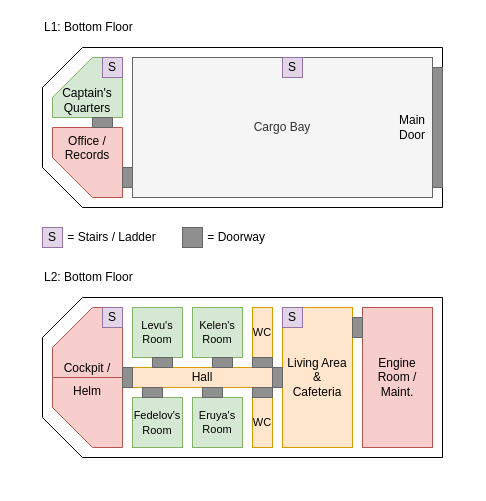
Earlier version of the draw.io diagram DOCS/Ship_Layout.drawio (long-schlong-gang/codename_bonkhonagahoogs). Source tidied: cells renumbered, new cells numbered last; positions are measured from the earlier drawing's top-left corner, leaving out a move shared by most shapes. Both pictures are drawn from the tidied source at 100%, with x=0, y=0 at pixel (42, 17).
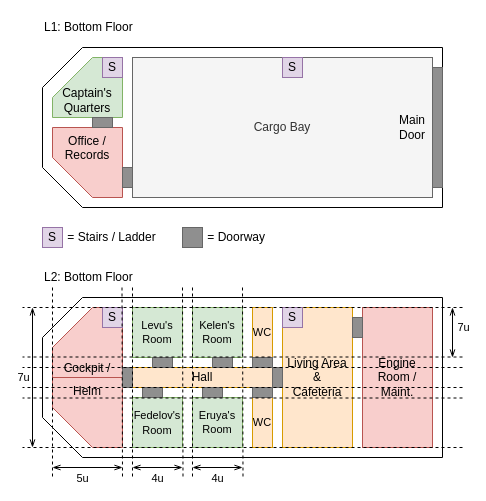
After the change.

Change to the diagram source:
```diff
@@
+    <mxCell id="41" style="endArrow=openThin;html=1;startArrow=openThin;startFill=0;endFill=0;" parent="1" edge="1">
+      <mxGeometry relative="1" as="geometry">
+        <mxPoint x="-10" y="430" as="sourcePoint" />
+        <mxPoint x="-10" y="290" as="targetPoint" />
+      </mxGeometry>
+    </mxCell>
+    <mxCell id="42" value="7u" style="edgeLabel;html=1;align=center;verticalAlign=middle;" parent="41" vertex="1">
+      <mxGeometry x="-0.12" relative="1" as="geometry">
+        <mxPoint x="-10" y="-8.3" as="offset" />
+      </mxGeometry>
+    </mxCell>
+    <mxCell id="43" style="endArrow=none;dashed=1;html=1;" parent="1" edge="1">
+      <mxGeometry relative="1" as="geometry">
+        <mxPoint x="420" y="290" as="sourcePoint" />
+        <mxPoint x="-20" y="290" as="targetPoint" />
+      </mxGeometry>
+    </mxCell>
+    <mxCell id="44" style="endArrow=openThin;html=1;startArrow=openThin;startFill=0;endFill=0;" parent="1" edge="1">
+      <mxGeometry relative="1" as="geometry">
+        <mxPoint x="410" y="340" as="sourcePoint" />
+        <mxPoint x="410" y="290" as="targetPoint" />
+      </mxGeometry>
+    </mxCell>
+    <mxCell id="45" value="7u" style="edgeLabel;html=1;align=center;verticalAlign=middle;" parent="44" vertex="1">
+      <mxGeometry x="-0.12" relative="1" as="geometry">
+        <mxPoint x="10" y="-8.1" as="offset" />
+      </mxGeometry>
+    </mxCell>
+    <mxCell id="46" style="endArrow=none;dashed=1;html=1;" parent="1" edge="1">
+      <mxGeometry relative="1" as="geometry">
+        <mxPoint x="420" y="430" as="sourcePoint" />
+        <mxPoint x="-20" y="430" as="targetPoint" />
+      </mxGeometry>
+    </mxCell>
+    <mxCell id="47" style="endArrow=openThin;html=1;startArrow=openThin;startFill=0;endFill=0;" parent="1" edge="1">
+      <mxGeometry relative="1" as="geometry">
+        <mxPoint x="80" y="450" as="sourcePoint" />
+        <mxPoint x="10" y="450" as="targetPoint" />
+      </mxGeometry>
+    </mxCell>
+    <mxCell id="48" value="5u" style="edgeLabel;html=1;align=center;verticalAlign=middle;" parent="47" vertex="1">
+      <mxGeometry x="-0.12" relative="1" as="geometry">
+        <mxPoint x="-10" y="10" as="offset" />
+      </mxGeometry>
+    </mxCell>
+    <mxCell id="49" style="endArrow=none;dashed=1;html=1;" parent="1" edge="1">
+      <mxGeometry relative="1" as="geometry">
+        <mxPoint x="10" y="270" as="sourcePoint" />
+        <mxPoint x="10" y="460" as="targetPoint" />
+      </mxGeometry>
+    </mxCell>
+    <mxCell id="50" style="endArrow=none;dashed=1;html=1;" parent="1" edge="1">
+      <mxGeometry relative="1" as="geometry">
+        <mxPoint x="79.5" y="270" as="sourcePoint" />
+        <mxPoint x="80" y="460" as="targetPoint" />
+      </mxGeometry>
+    </mxCell>
+    <mxCell id="51" style="endArrow=openThin;html=1;startArrow=openThin;startFill=0;endFill=0;" parent="1" edge="1">
+      <mxGeometry relative="1" as="geometry">
+        <mxPoint x="140" y="450" as="sourcePoint" />
+        <mxPoint x="90" y="450" as="targetPoint" />
+      </mxGeometry>
+    </mxCell>
+    <mxCell id="52" value="4u" style="edgeLabel;html=1;align=center;verticalAlign=middle;" parent="51" vertex="1">
+      <mxGeometry x="-0.12" relative="1" as="geometry">
+        <mxPoint x="-3.1" y="10" as="offset" />
+      </mxGeometry>
+    </mxCell>
+    <mxCell id="53" style="endArrow=none;dashed=1;html=1;" parent="1" edge="1">
+      <mxGeometry relative="1" as="geometry">
+        <mxPoint x="90" y="270" as="sourcePoint" />
+        <mxPoint x="90" y="460" as="targetPoint" />
+      </mxGeometry>
+    </mxCell>
+    <mxCell id="54" style="endArrow=none;dashed=1;html=1;" parent="1" edge="1">
+      <mxGeometry relative="1" as="geometry">
+        <mxPoint x="140" y="270" as="sourcePoint" />
+        <mxPoint x="140.5" y="460" as="targetPoint" />
+      </mxGeometry>
+    </mxCell>
+    <mxCell id="55" style="endArrow=openThin;html=1;startArrow=openThin;startFill=0;endFill=0;" parent="1" edge="1">
+      <mxGeometry relative="1" as="geometry">
+        <mxPoint x="200" y="450" as="sourcePoint" />
+        <mxPoint x="150" y="450" as="targetPoint" />
+      </mxGeometry>
+    </mxCell>
+    <mxCell id="56" value="4u" style="edgeLabel;html=1;align=center;verticalAlign=middle;" parent="55" vertex="1">
+      <mxGeometry x="-0.12" relative="1" as="geometry">
+        <mxPoint x="-3.1" y="10" as="offset" />
+      </mxGeometry>
+    </mxCell>
+    <mxCell id="57" style="endArrow=none;dashed=1;html=1;" parent="1" edge="1">
+      <mxGeometry relative="1" as="geometry">
+        <mxPoint x="150" y="270" as="sourcePoint" />
+        <mxPoint x="150" y="460" as="targetPoint" />
+      </mxGeometry>
+    </mxCell>
+    <mxCell id="58" style="endArrow=none;dashed=1;html=1;" parent="1" edge="1">
+      <mxGeometry relative="1" as="geometry">
+        <mxPoint x="200" y="270" as="sourcePoint" />
+        <mxPoint x="200.5" y="460" as="targetPoint" />
+      </mxGeometry>
+    </mxCell>
+    <mxCell id="59" style="endArrow=none;dashed=1;html=1;" parent="1" edge="1">
+      <mxGeometry relative="1" as="geometry">
+        <mxPoint x="420" y="339.5" as="sourcePoint" />
+        <mxPoint x="-20" y="339.5" as="targetPoint" />
+      </mxGeometry>
+    </mxCell>
+    <mxCell id="60" style="endArrow=none;dashed=1;html=1;" parent="1" edge="1">
+      <mxGeometry relative="1" as="geometry">
+        <mxPoint x="420" y="350" as="sourcePoint" />
+        <mxPoint x="-20" y="350" as="targetPoint" />
+      </mxGeometry>
+    </mxCell>
+    <mxCell id="61" style="endArrow=none;dashed=1;html=1;" parent="1" edge="1">
+      <mxGeometry relative="1" as="geometry">
+        <mxPoint x="420" y="370" as="sourcePoint" />
+        <mxPoint x="-20" y="370" as="targetPoint" />
+      </mxGeometry>
+    </mxCell>
+    <mxCell id="62" style="endArrow=none;dashed=1;html=1;" parent="1" edge="1">
+      <mxGeometry relative="1" as="geometry">
+        <mxPoint x="420" y="380.5" as="sourcePoint" />
+        <mxPoint x="-20" y="380.5" as="targetPoint" />
+      </mxGeometry>
+    </mxCell>
```
